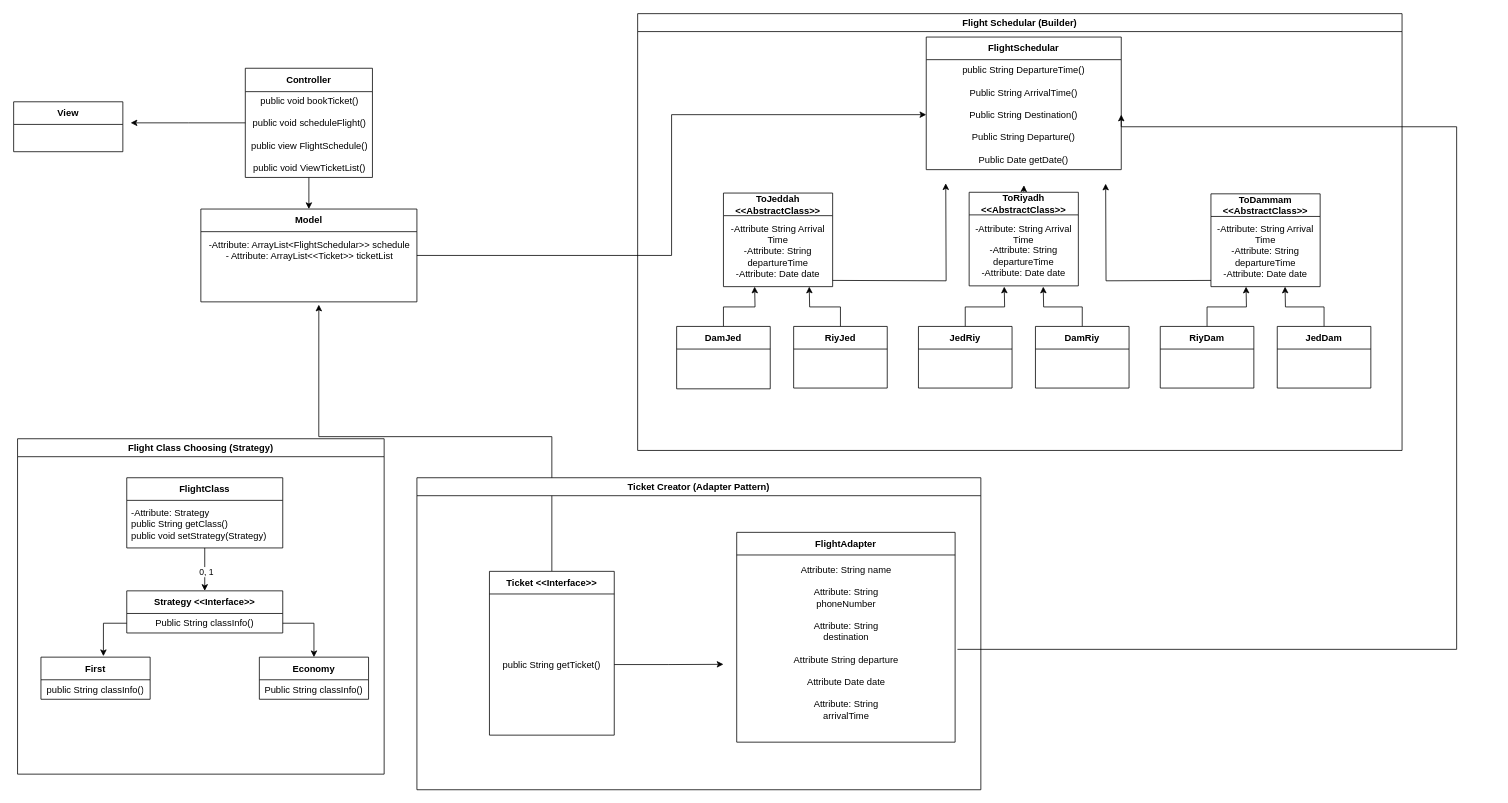
Above: Flight Reservation System.drawio in SuhaibAG/FlightReservation (draw.io), before the change. Source tidied: cells renumbered, new cells numbered last; positions are measured from the earlier drawing's top-left corner, leaving out a move shared by most shapes. Both pictures are drawn from the tidied source at 78%, with x=0, y=0 at pixel (13, 13).
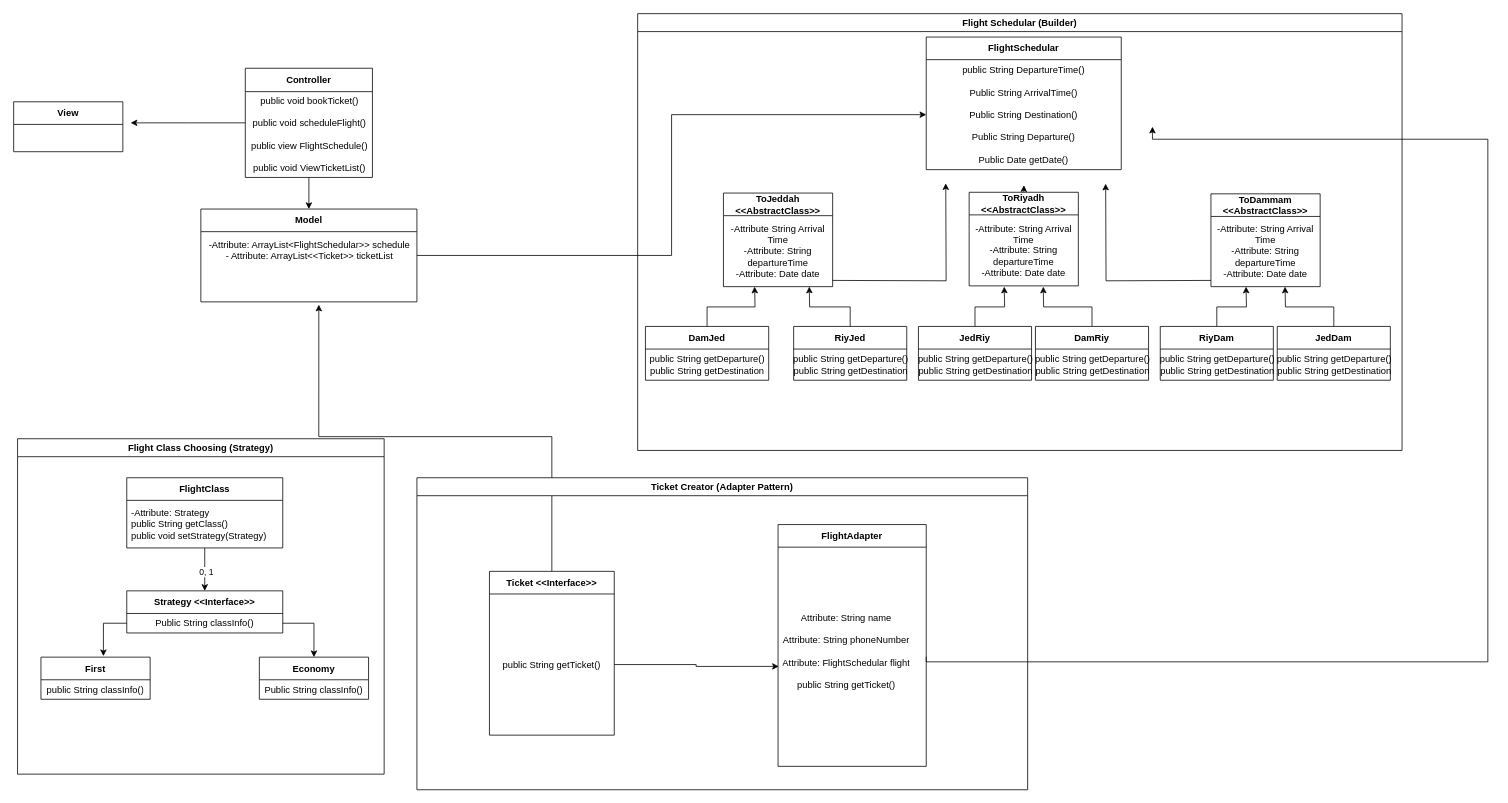
The same page after the edit.

Commit message (it also covers changes not shown here):
Flight adapter

Added the flight adapter class and more changes to the UML

The change refers to these unchanged cells:
```xml
<mxCell id="14" value="public String DepartureTime()&lt;div&gt;&lt;br&gt;&lt;div&gt;Public String ArrivalTime()&lt;/div&gt;&lt;div&gt;&lt;br&gt;&lt;/div&gt;&lt;div&gt;Public String Destination()&lt;/div&gt;&lt;div&gt;&lt;br&gt;&lt;/div&gt;&lt;div&gt;Public String&amp;nbsp;&lt;span style=&quot;background-color: initial;&quot;&gt;Departure()&lt;/span&gt;&lt;/div&gt;&lt;/div&gt;&lt;div&gt;&lt;br&gt;&lt;/div&gt;&lt;div&gt;Public Date getDate()&lt;/div&gt;" style="text;html=1;strokeColor=none;fillColor=none;align=center;verticalAlign=middle;spacingLeft=4;spacingRight=4;overflow=hidden;points=[[0,0.5],[1,0.5]];portConstraint=eastwest;whiteSpace=wrap;" parent="13" vertex="1">
  <mxGeometry y="29" width="250" height="141" as="geometry" />
</mxCell>
<mxCell id="24" value="Flight Schedular (Builder)" style="swimlane;whiteSpace=wrap;html=1;" parent="1" vertex="1">
  <mxGeometry x="800" width="980" height="560" as="geometry" />
</mxCell>
<mxCell id="50" value="Ticket &amp;lt;&amp;lt;Interface&amp;gt;&amp;gt;" style="swimlane;fontStyle=1;align=center;verticalAlign=middle;horizontal=1;startSize=29;html=1;whiteSpace=wrap;" parent="49" vertex="1">
  <mxGeometry x="93" y="120" width="160" height="210" as="geometry" />
</mxCell>
<mxCell id="52" value="public String getTicket()" style="text;html=1;strokeColor=none;fillColor=none;align=center;verticalAlign=middle;spacingLeft=4;spacingRight=4;overflow=hidden;points=[[0,0.5],[1,0.5]];portConstraint=eastwest;whiteSpace=wrap;" parent="50" vertex="1">
  <mxGeometry y="29" width="160" height="181" as="geometry" />
</mxCell>
```

Change to the diagram source:
```diff
@@
-    <mxCell id="10" value="DamJed" style="swimlane;fontStyle=1;align=center;verticalAlign=middle;horizontal=1;startSize=29;html=1;whiteSpace=wrap;" parent="1" vertex="1">
-      <mxGeometry x="850" y="401" width="120" height="80" as="geometry" />
-    </mxCell>
@@
     <mxCell id="12" value="RiyJed" style="swimlane;fontStyle=1;align=center;verticalAlign=middle;horizontal=1;startSize=29;html=1;whiteSpace=wrap;" parent="1" vertex="1">
-      <mxGeometry x="1000" y="401" width="120" height="79" as="geometry" />
+      <mxGeometry x="1000" y="401" width="145" height="69" as="geometry" />
     </mxCell>
+    <mxCell id="55" value="public String getDeparture()&lt;div&gt;public String getDestination&lt;/div&gt;" style="text;html=1;align=center;verticalAlign=middle;strokeColor=none;fillColor=none;" parent="12" vertex="1">
+      <mxGeometry y="29" width="145" height="40" as="geometry" />
+    </mxCell>
@@
     <mxCell id="17" value="JedRiy" style="swimlane;fontStyle=1;align=center;verticalAlign=middle;horizontal=1;startSize=29;html=1;whiteSpace=wrap;" parent="1" vertex="1">
-      <mxGeometry x="1160" y="401" width="120" height="79" as="geometry" />
+      <mxGeometry x="1160" y="401" width="145" height="69" as="geometry" />
     </mxCell>
+    <mxCell id="56" value="public String getDeparture()&lt;div&gt;public String getDestination&lt;/div&gt;" style="text;html=1;align=center;verticalAlign=middle;strokeColor=none;fillColor=none;" parent="17" vertex="1">
+      <mxGeometry y="29" width="145" height="40" as="geometry" />
+    </mxCell>
@@
     <mxCell id="19" value="DamRiy" style="swimlane;fontStyle=1;align=center;verticalAlign=middle;horizontal=1;startSize=29;html=1;whiteSpace=wrap;" parent="1" vertex="1">
-      <mxGeometry x="1310" y="401" width="120" height="79" as="geometry" />
+      <mxGeometry x="1310" y="401" width="145" height="69" as="geometry" />
     </mxCell>
+    <mxCell id="57" value="public String getDeparture()&lt;div&gt;public String getDestination&lt;/div&gt;" style="text;html=1;align=center;verticalAlign=middle;strokeColor=none;fillColor=none;" parent="19" vertex="1">
+      <mxGeometry y="29" width="145" height="40" as="geometry" />
+    </mxCell>
@@
     <mxCell id="21" value="RiyDam" style="swimlane;fontStyle=1;align=center;verticalAlign=middle;horizontal=1;startSize=29;html=1;whiteSpace=wrap;" parent="1" vertex="1">
-      <mxGeometry x="1470" y="401" width="120" height="79" as="geometry" />
+      <mxGeometry x="1470" y="401" width="145" height="69" as="geometry" />
     </mxCell>
+    <mxCell id="58" value="public String getDeparture()&lt;div&gt;public String getDestination&lt;/div&gt;" style="text;html=1;align=center;verticalAlign=middle;strokeColor=none;fillColor=none;" parent="21" vertex="1">
+      <mxGeometry y="29" width="145" height="40" as="geometry" />
+    </mxCell>
@@
     <mxCell id="23" value="JedDam" style="swimlane;fontStyle=1;align=center;verticalAlign=middle;horizontal=1;startSize=29;html=1;whiteSpace=wrap;" parent="1" vertex="1">
-      <mxGeometry x="1620" y="401" width="120" height="79" as="geometry" />
+      <mxGeometry x="1620" y="401" width="145" height="69" as="geometry" />
     </mxCell>
+    <mxCell id="59" value="public String getDeparture()&lt;div&gt;public String getDestination&lt;/div&gt;" style="text;html=1;align=center;verticalAlign=middle;strokeColor=none;fillColor=none;" parent="23" vertex="1">
+      <mxGeometry y="29" width="145" height="40" as="geometry" />
+    </mxCell>
@@
-    <mxCell id="33" style="edgeStyle=orthogonalEdgeStyle;rounded=0;jettySize=auto;html=1;entryX=1;entryY=0.5;entryDx=0;entryDy=0;" parent="24" edge="1" target="14">
-      <mxGeometry relative="1" as="geometry">
-        <mxPoint x="410" y="815" as="sourcePoint" />
-        <Array as="points">
-          <mxPoint x="1050" y="815" />
-          <mxPoint x="1050" y="145" />
-          <mxPoint x="620" y="145" />
-        </Array>
-      </mxGeometry>
-    </mxCell>
+    <mxCell id="10" value="DamJed" style="swimlane;fontStyle=1;align=center;verticalAlign=middle;horizontal=1;startSize=29;html=1;whiteSpace=wrap;" parent="24" vertex="1">
+      <mxGeometry x="10" y="401" width="158" height="69" as="geometry" />
+    </mxCell>
+    <mxCell id="60" value="public String getDeparture()&lt;div&gt;public String getDestination&lt;/div&gt;" style="text;html=1;align=center;verticalAlign=middle;strokeColor=none;fillColor=none;" parent="10" vertex="1">
+      <mxGeometry y="29" width="158" height="40" as="geometry" />
+    </mxCell>
@@
     <mxCell id="49" value="Ticket Creator (Adapter Pattern)" style="swimlane;whiteSpace=wrap;html=1;" parent="1" vertex="1">
-      <mxGeometry x="517" y="595" width="723" height="400" as="geometry" />
+      <mxGeometry x="517" y="595" width="783" height="400" as="geometry" />
     </mxCell>
@@
-    <mxCell id="51" style="edgeStyle=orthogonalEdgeStyle;rounded=0;jettySize=auto;html=1;exitX=1;exitY=0.5;exitDx=0;exitDy=0;" parent="50" edge="1" source="52">
-      <mxGeometry relative="1" as="geometry">
-        <mxPoint x="300" y="119.2" as="targetPoint" />
-      </mxGeometry>
-    </mxCell>
@@
     <mxCell id="53" value="FlightAdapter" style="swimlane;fontStyle=1;align=center;verticalAlign=middle;horizontal=1;startSize=29;html=1;whiteSpace=wrap;" parent="49" vertex="1">
-      <mxGeometry x="410" y="70" width="280" height="269" as="geometry" />
+      <mxGeometry x="463" y="60" width="190" height="310" as="geometry" />
     </mxCell>
-    <mxCell id="54" value="&lt;div style=&quot;text-wrap: wrap;&quot;&gt;&lt;br&gt;&lt;/div&gt;&lt;div style=&quot;text-wrap: wrap;&quot;&gt;&lt;br&gt;&lt;/div&gt;&lt;div style=&quot;text-wrap: wrap;&quot;&gt;Attribute: String name&lt;/div&gt;&lt;div style=&quot;text-wrap: wrap;&quot;&gt;&lt;br&gt;&lt;/div&gt;&lt;div style=&quot;text-wrap: wrap;&quot;&gt;&lt;div&gt;&lt;span style=&quot;background-color: initial;&quot;&gt;Attribute: String phoneNumber&lt;/span&gt;&lt;br&gt;&lt;/div&gt;&lt;div&gt;&lt;span style=&quot;background-color: initial;&quot;&gt;&lt;br&gt;&lt;/span&gt;&lt;/div&gt;&lt;/div&gt;&lt;div style=&quot;text-wrap: wrap;&quot;&gt;&lt;div&gt;&lt;span style=&quot;background-color: initial;&quot;&gt;Attribute: String destination&lt;/span&gt;&lt;br&gt;&lt;/div&gt;&lt;div&gt;&lt;span style=&quot;background-color: initial;&quot;&gt;&lt;br&gt;&lt;/span&gt;&lt;/div&gt;&lt;div&gt;&lt;span style=&quot;background-color: initial;&quot;&gt;Attribute&amp;nbsp;&lt;/span&gt;&lt;span style=&quot;background-color: initial;&quot;&gt;String&lt;/span&gt;&lt;span style=&quot;background-color: initial;&quot;&gt;&amp;nbsp;&lt;/span&gt;&lt;span style=&quot;background-color: initial;&quot;&gt;departure&lt;/span&gt;&lt;br&gt;&lt;/div&gt;&lt;div&gt;&lt;span style=&quot;background-color: initial;&quot;&gt;&lt;br&gt;&lt;/span&gt;&lt;/div&gt;&lt;/div&gt;&lt;div style=&quot;text-wrap: wrap;&quot;&gt;&lt;div&gt;&lt;span style=&quot;background-color: initial;&quot;&gt;Attribute Date date&lt;/span&gt;&lt;br&gt;&lt;/div&gt;&lt;div&gt;&lt;span style=&quot;background-color: initial;&quot;&gt;&lt;br&gt;&lt;/span&gt;&lt;/div&gt;&lt;div&gt;&lt;span style=&quot;background-color: initial;&quot;&gt;Attribute: String arrivalTime&lt;br&gt;&lt;/span&gt;&lt;br&gt;&lt;/div&gt;&lt;/div&gt;&lt;div style=&quot;text-wrap: wrap;&quot;&gt;&lt;br&gt;&lt;/div&gt;&lt;div style=&quot;text-wrap: wrap;&quot;&gt;&lt;br&gt;&lt;/div&gt;" style="text;html=1;align=center;verticalAlign=middle;strokeColor=none;fillColor=none;" parent="53" vertex="1">
-      <mxGeometry y="29" width="280" height="240" as="geometry" />
-    </mxCell>
+    <mxCell id="61" value="&lt;div style=&quot;text-align: center;&quot;&gt;&lt;span style=&quot;background-color: initial;&quot;&gt;Attribute: String name&lt;/span&gt;&lt;br&gt;&lt;/div&gt;&lt;div&gt;&lt;div style=&quot;text-align: center; line-height: 14.4px;&quot;&gt;&lt;br&gt;&lt;/div&gt;&lt;div style=&quot;text-align: center; line-height: 14.4px;&quot;&gt;&lt;span style=&quot;background-color: initial;&quot;&gt;Attribute: String phoneNumber&lt;/span&gt;&lt;/div&gt;&lt;div style=&quot;line-height: 14.4px;&quot;&gt;&lt;div style=&quot;text-align: center; line-height: 14.4px;&quot;&gt;&lt;span style=&quot;background-color: initial;&quot;&gt;&lt;br&gt;&lt;/span&gt;&lt;/div&gt;&lt;div style=&quot;line-height: 14.4px;&quot;&gt;&lt;div style=&quot;text-align: center;&quot;&gt;&lt;span style=&quot;background-color: initial;&quot;&gt;Attribute: FlightSchedular flight&lt;/span&gt;&lt;/div&gt;&lt;div style=&quot;text-align: center;&quot;&gt;&lt;br&gt;&lt;/div&gt;&lt;/div&gt;&lt;/div&gt;&lt;div style=&quot;text-align: center; line-height: 14.4px;&quot;&gt;public String getTicket()&lt;/div&gt;&lt;div style=&quot;text-align: center; line-height: 14.4px;&quot;&gt;&lt;br style=&quot;&quot;&gt;&lt;/div&gt;&lt;/div&gt;" style="text;html=1;strokeColor=none;fillColor=none;align=left;verticalAlign=middle;spacingLeft=4;spacingRight=4;overflow=hidden;points=[[0,0.5],[1,0.5]];portConstraint=eastwest;whiteSpace=wrap;" parent="53" vertex="1">
+      <mxGeometry y="29" width="190" height="281" as="geometry" />
+    </mxCell>
+    <mxCell id="51" style="edgeStyle=orthogonalEdgeStyle;rounded=0;jettySize=auto;html=1;exitX=1;exitY=0.5;exitDx=0;exitDy=0;entryX=0.005;entryY=0.544;entryDx=0;entryDy=0;entryPerimeter=0;" parent="49" edge="1" source="52" target="61">
+      <mxGeometry relative="1" as="geometry" />
+    </mxCell>
+    <mxCell id="33" style="edgeStyle=orthogonalEdgeStyle;rounded=0;jettySize=auto;html=1;entryX=1;entryY=0.5;entryDx=0;entryDy=0;exitX=1;exitY=0.5;exitDx=0;exitDy=0;" parent="1" edge="1" source="61">
+      <mxGeometry relative="1" as="geometry">
+        <mxPoint x="1460" y="145" as="targetPoint" />
+        <Array as="points">
+          <mxPoint x="1170" y="831" />
+          <mxPoint x="1890" y="831" />
+          <mxPoint x="1890" y="161" />
+          <mxPoint x="1460" y="161" />
+        </Array>
+      </mxGeometry>
+    </mxCell>
```
